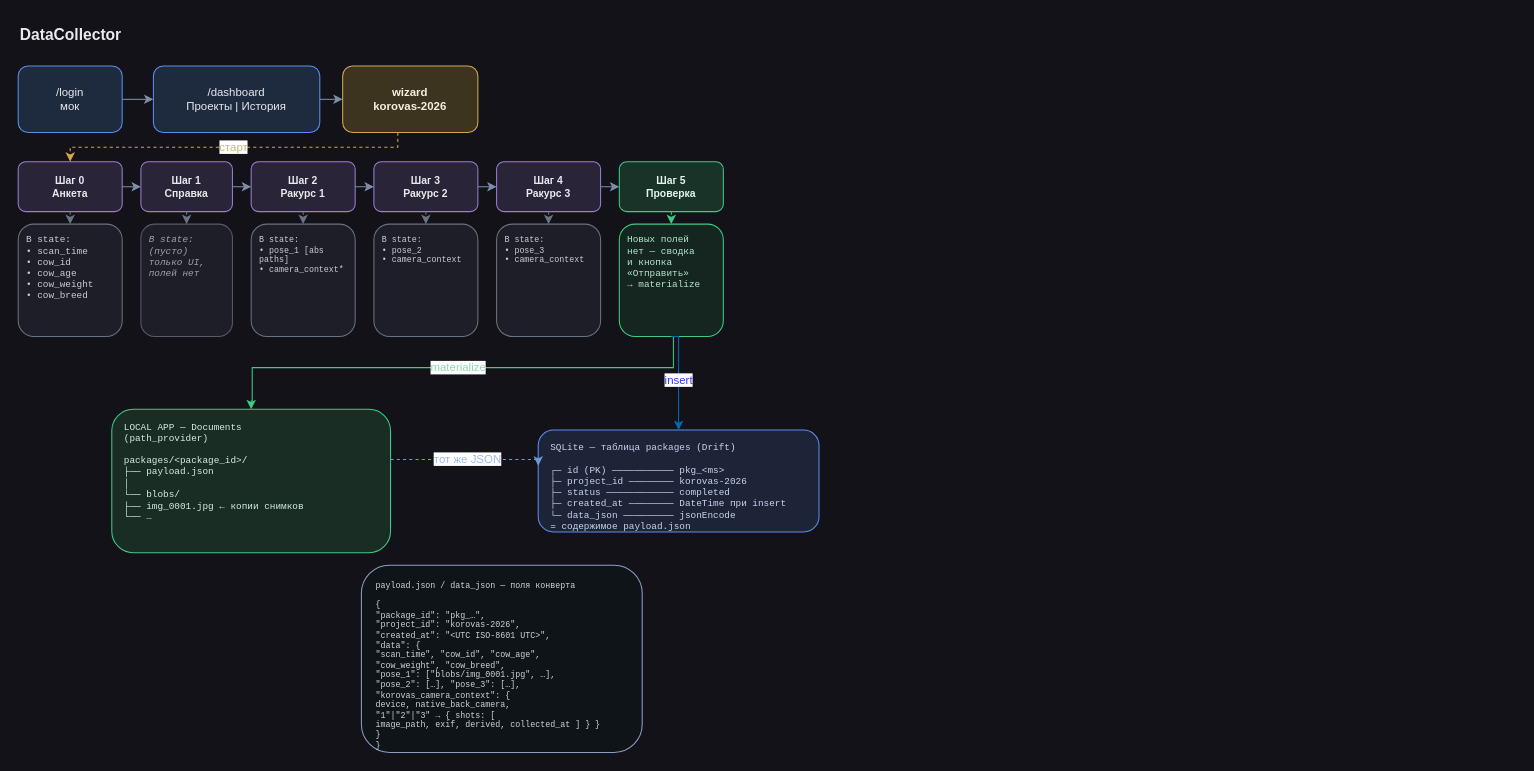
Before: specs/korovas/v0_shema.drawio in epoch8/data-collector, a draw.io diagram. Source tidied: cells renumbered, new cells numbered last; positions are measured from the earlier drawing's top-left corner, leaving out a move shared by most shapes. Both pictures are drawn from the tidied source at 104%, with x=0, y=0 at pixel (18, 18).
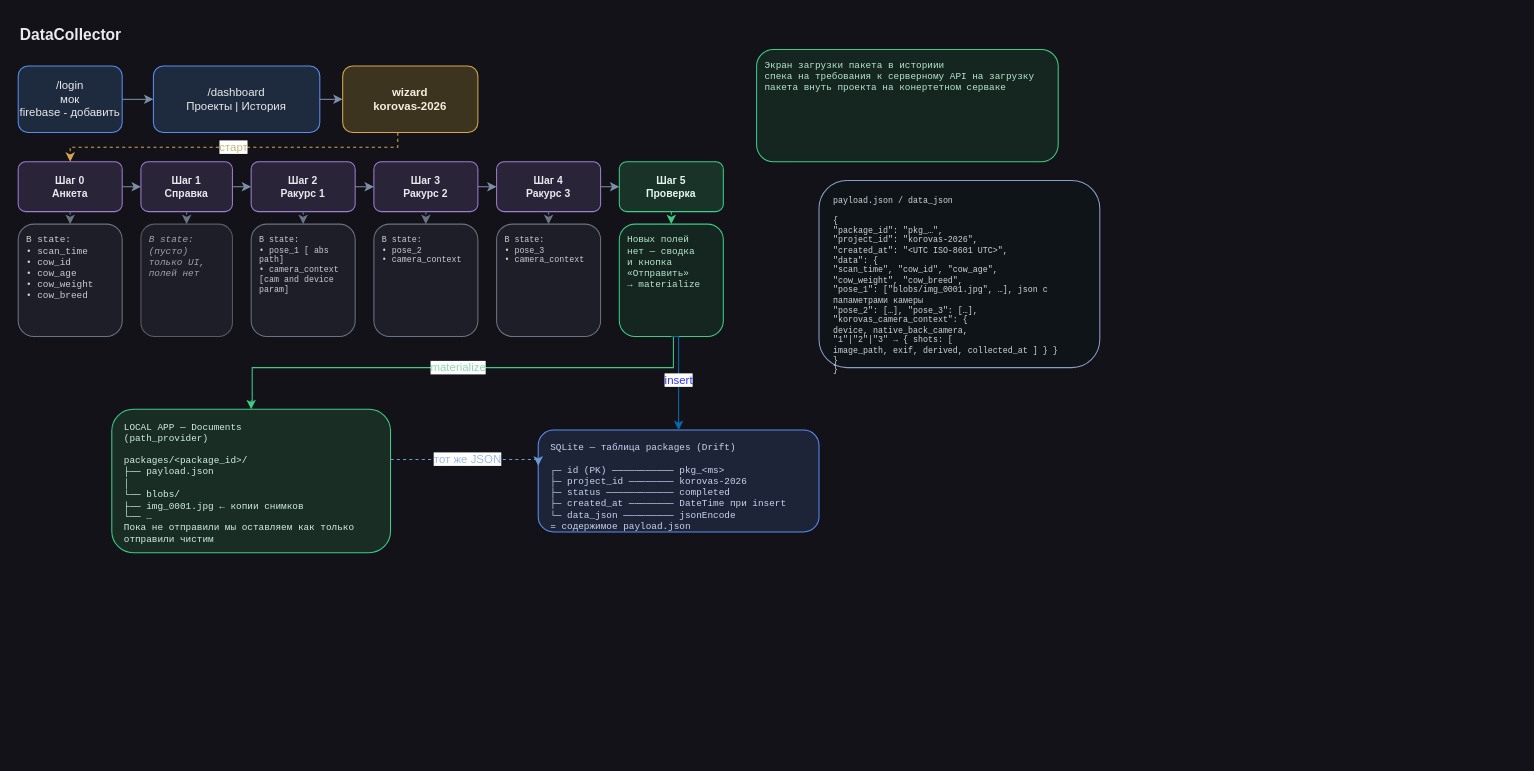
The same page after the edit.

Commit message:
update after call

The edit, as a diff of the source:
```diff
@@
-    <mxCell id="3" value="/login&#10;мок" style="rounded=1;whiteSpace=wrap;html=1;fillColor=#1e2a3d;strokeColor=#5B8DEF;fontColor=#E8EAED;fontSize=11;" parent="1" vertex="1">
+    <mxCell id="3" value="/login&lt;br&gt;мок&lt;br&gt;firebase - добавить" style="rounded=1;whiteSpace=wrap;html=1;fillColor=#1e2a3d;strokeColor=#5B8DEF;fontColor=#E8EAED;fontSize=11;" parent="1" vertex="1">
       <mxGeometry y="46" width="100" height="64" as="geometry" />
     </mxCell>
@@
-    <mxCell id="22" value="В state:&lt;br&gt;• pose_1 [abs paths]&lt;br&gt;• camera_context*" style="rounded=1;whiteSpace=wrap;html=1;align=left;verticalAlign=top;spacingLeft=6;spacingTop=4;fillColor=#1e1e28;strokeColor=#6B7280;fontSize=8;fontColor=#C8CDD8;fontFamily=Courier New;" parent="1" vertex="1">
+    <mxCell id="22" value="В state:&lt;br&gt;• pose_1 [ abs path]&lt;br&gt;• camera_context [cam and device param]" style="rounded=1;whiteSpace=wrap;html=1;align=left;verticalAlign=top;spacingLeft=6;spacingTop=4;fillColor=#1e1e28;strokeColor=#6B7280;fontSize=8;fontColor=#C8CDD8;fontFamily=Courier New;" parent="1" vertex="1">
       <mxGeometry x="224" y="198" width="100" height="108" as="geometry" />
     </mxCell>
@@
-    <mxCell id="32" value="LOCAL APP — Documents&lt;br&gt;(path_provider)&lt;br&gt;&lt;br&gt;packages/&amp;lt;package_id&amp;gt;/&lt;br&gt;├── payload.json&lt;br&gt;│&amp;nbsp;&lt;br&gt;└── blobs/&lt;br&gt;      ├── img_0001.jpg  ← копии снимков&lt;br&gt;      └── …&lt;br&gt;&lt;br&gt;" style="rounded=1;whiteSpace=wrap;html=1;align=left;verticalAlign=top;spacingLeft=10;spacingTop=6;fillColor=#1a2d24;strokeColor=#3DCC85;fontSize=9;fontColor=#D1F0E0;fontFamily=Courier New;" parent="1" vertex="1">
+    <mxCell id="32" value="LOCAL APP — Documents&lt;br&gt;(path_provider)&lt;br&gt;&lt;br&gt;packages/&amp;lt;package_id&amp;gt;/&lt;br&gt;├── payload.json&lt;br&gt;│&amp;nbsp;&lt;br&gt;└── blobs/&lt;br&gt;      ├── img_0001.jpg  ← копии снимков&lt;br&gt;      └── …&lt;br&gt;Пока не отправили мы оставляем как только отправили чистим" style="rounded=1;whiteSpace=wrap;html=1;align=left;verticalAlign=top;spacingLeft=10;spacingTop=6;fillColor=#1a2d24;strokeColor=#3DCC85;fontSize=9;fontColor=#D1F0E0;fontFamily=Courier New;" parent="1" vertex="1">
       <mxGeometry x="90" y="376" width="268" height="138" as="geometry" />
     </mxCell>
@@
-    <mxCell id="34" value="payload.json / data_json — поля конверта&lt;br&gt;&lt;br&gt;{&lt;br&gt;  &quot;package_id&quot;: &quot;pkg_…&quot;,&lt;br&gt;  &quot;project_id&quot;: &quot;korovas-2026&quot;,&lt;br&gt;  &quot;created_at&quot;: &quot;&amp;lt;UTC ISO-8601 UTC&amp;gt;&quot;,&lt;br&gt;  &quot;data&quot;: {&lt;br&gt;    &quot;scan_time&quot;, &quot;cow_id&quot;, &quot;cow_age&quot;,&lt;br&gt;    &quot;cow_weight&quot;, &quot;cow_breed&quot;,&lt;br&gt;    &quot;pose_1&quot;: [&quot;blobs/img_0001.jpg&quot;, …],&lt;br&gt;    &quot;pose_2&quot;: […], &quot;pose_3&quot;: […],&lt;br&gt;    &quot;korovas_camera_context&quot;: {&lt;br&gt;      device, native_back_camera,&lt;br&gt;      &quot;1&quot;|&quot;2&quot;|&quot;3&quot; → { shots: [&lt;br&gt;        image_path, exif, derived, collected_at ] } }&lt;br&gt;  }&lt;br&gt;}&lt;br&gt;" style="rounded=1;whiteSpace=wrap;html=1;align=left;verticalAlign=top;spacingLeft=12;spacingTop=8;fillColor=#0f1419;strokeColor=#8B9DC6;fontSize=8;fontColor=#D1D5DB;fontFamily=Courier New;" parent="1" vertex="1">
-      <mxGeometry x="330" y="526" width="270" height="180" as="geometry" />
+    <mxCell id="34" value="payload.json / data_json&amp;nbsp;&lt;br&gt;&lt;br&gt;{&lt;br&gt;  &quot;package_id&quot;: &quot;pkg_…&quot;,&lt;br&gt;  &quot;project_id&quot;: &quot;korovas-2026&quot;,&lt;br&gt;  &quot;created_at&quot;: &quot;&amp;lt;UTC ISO-8601 UTC&amp;gt;&quot;,&lt;br&gt;  &quot;data&quot;: {&lt;br&gt;    &quot;scan_time&quot;, &quot;cow_id&quot;, &quot;cow_age&quot;,&lt;br&gt;    &quot;cow_weight&quot;, &quot;cow_breed&quot;,&lt;br&gt;    &quot;pose_1&quot;: [&quot;blobs/img_0001.jpg&quot;, …], json c папаметрами камеры&amp;nbsp;&lt;br&gt;    &quot;pose_2&quot;: […], &quot;pose_3&quot;: […],&lt;br&gt;    &quot;korovas_camera_context&quot;: {&lt;br&gt;      device, native_back_camera,&lt;br&gt;      &quot;1&quot;|&quot;2&quot;|&quot;3&quot; → { shots: [&lt;br&gt;        image_path, exif, derived, collected_at ] } }&lt;br&gt;  }&lt;br&gt;}" style="rounded=1;whiteSpace=wrap;html=1;align=left;verticalAlign=top;spacingLeft=12;spacingTop=8;fillColor=#0f1419;strokeColor=#8B9DC6;fontSize=8;fontColor=#D1D5DB;fontFamily=Courier New;" parent="1" vertex="1">
+      <mxGeometry x="770" y="156" width="270" height="180" as="geometry" />
     </mxCell>
@@
+    <mxCell id="38" value="Экран загрузки пакета в историии&lt;br&gt;спека на требования к серверному API на загрузку пакета внуть проекта на конертетном серваке&lt;br&gt;" style="rounded=1;whiteSpace=wrap;html=1;align=left;verticalAlign=top;spacingLeft=6;spacingTop=4;fillColor=#14261f;strokeColor=#3DCC85;fontSize=9;fontColor=#B8E8D0;fontFamily=Courier New;" parent="1" vertex="1">
+      <mxGeometry x="710" y="30" width="290" height="108" as="geometry" />
+    </mxCell>
```
